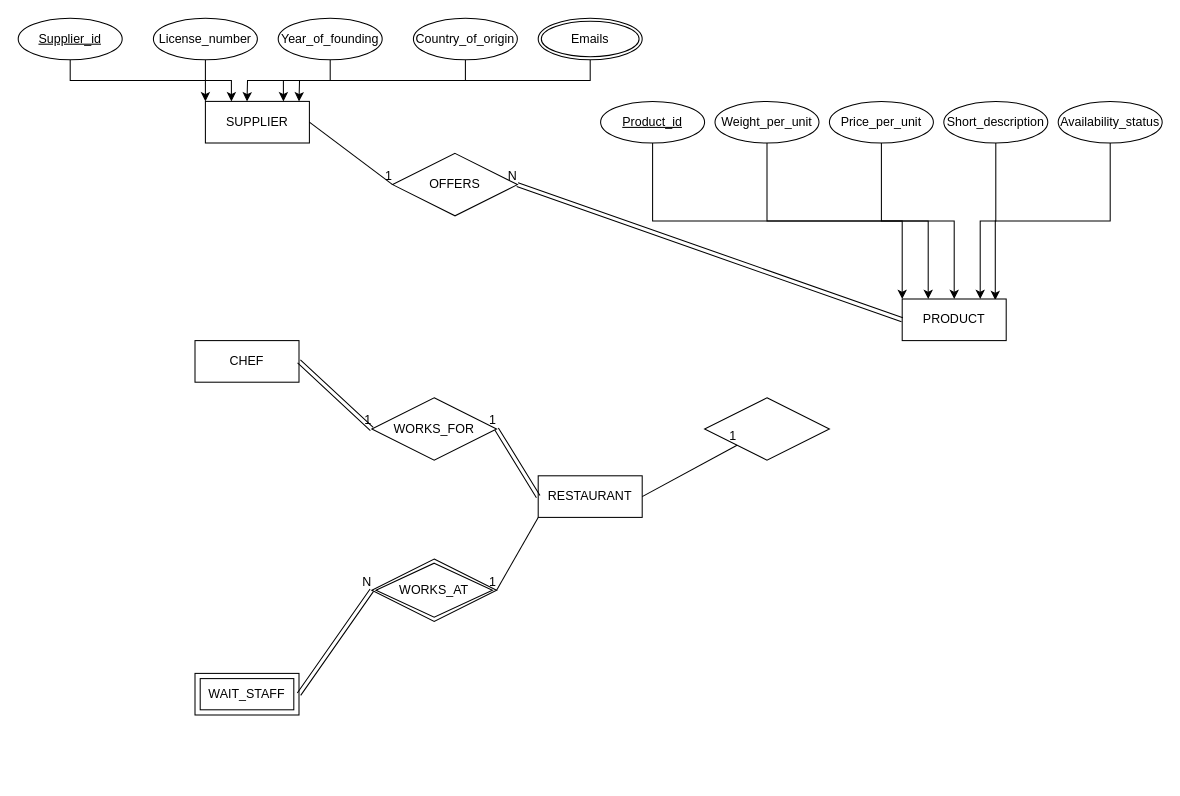
Above: Untitled Diagram.drawio in Jack-UNSW/ohmyzsh (draw.io), before the change. Source tidied: cells renumbered, new cells numbered last; positions are measured from the earlier drawing's top-left corner, leaving out a move shared by most shapes. Both pictures are drawn from the tidied source at 104%, with x=0, y=0 at pixel (18, 18).
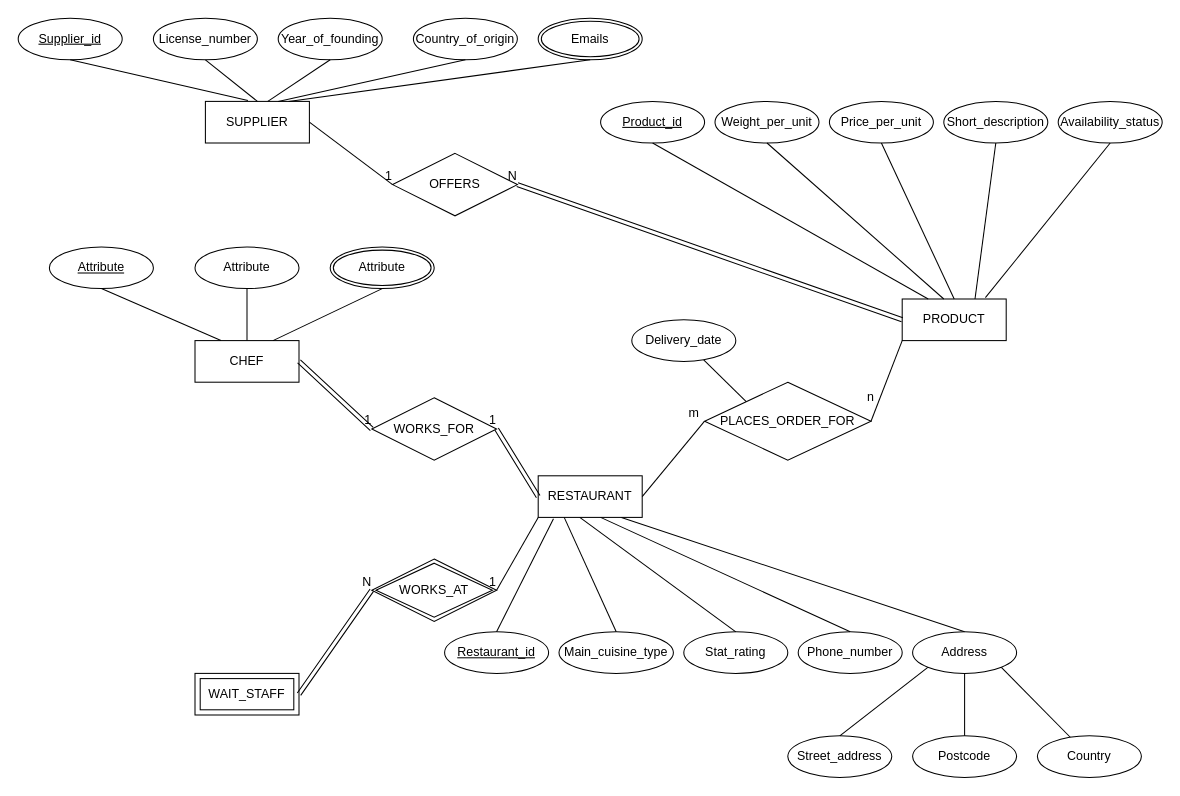
Above is the later version.

Unchanged cells that the change refers to:
```xml
<mxCell id="2" value="SUPPLIER" style="whiteSpace=wrap;html=1;align=center;" parent="1" vertex="1">
  <mxGeometry x="180" y="80" width="100" height="40" as="geometry" />
</mxCell>
<mxCell id="3" value="CHEF" style="whiteSpace=wrap;html=1;align=center;" parent="1" vertex="1">
  <mxGeometry x="170" y="310" width="100" height="40" as="geometry" />
</mxCell>
<mxCell id="7" value="Supplier_id" style="ellipse;whiteSpace=wrap;html=1;align=center;fontStyle=4;" parent="1" vertex="1">
  <mxGeometry width="100" height="40" as="geometry" />
</mxCell>
<mxCell id="9" value="License_number" style="ellipse;whiteSpace=wrap;html=1;align=center;" parent="1" vertex="1">
  <mxGeometry x="130" width="100" height="40" as="geometry" />
</mxCell>
<mxCell id="11" value="Year_of_founding" style="ellipse;whiteSpace=wrap;html=1;align=center;" parent="1" vertex="1">
  <mxGeometry x="250" width="100" height="40" as="geometry" />
</mxCell>
<mxCell id="13" value="Country_of_origin" style="ellipse;whiteSpace=wrap;html=1;align=center;" parent="1" vertex="1">
  <mxGeometry x="380" width="100" height="40" as="geometry" />
</mxCell>
<mxCell id="15" value="Emails" style="ellipse;shape=doubleEllipse;margin=3;whiteSpace=wrap;html=1;align=center;" parent="1" vertex="1">
  <mxGeometry x="500" width="100" height="40" as="geometry" />
</mxCell>
<mxCell id="17" value="Product_id" style="ellipse;whiteSpace=wrap;html=1;align=center;fontStyle=4;" parent="1" vertex="1">
  <mxGeometry x="560" y="80" width="100" height="40" as="geometry" />
</mxCell>
<mxCell id="19" value="Weight_per_unit" style="ellipse;whiteSpace=wrap;html=1;align=center;" parent="1" vertex="1">
  <mxGeometry x="670" y="80" width="100" height="40" as="geometry" />
</mxCell>
<mxCell id="21" value="Price_per_unit" style="ellipse;whiteSpace=wrap;html=1;align=center;" parent="1" vertex="1">
  <mxGeometry x="780" y="80" width="100" height="40" as="geometry" />
</mxCell>
<mxCell id="23" value="Short_description" style="ellipse;whiteSpace=wrap;html=1;align=center;" parent="1" vertex="1">
  <mxGeometry x="890" y="80" width="100" height="40" as="geometry" />
</mxCell>
<mxCell id="25" value="Availability_status" style="ellipse;whiteSpace=wrap;html=1;align=center;" parent="1" vertex="1">
  <mxGeometry x="1000" y="80" width="100" height="40" as="geometry" />
</mxCell>
<mxCell id="26" value="PRODUCT" style="whiteSpace=wrap;html=1;align=center;" parent="1" vertex="1">
  <mxGeometry x="850" y="270" width="100" height="40" as="geometry" />
</mxCell>
<mxCell id="27" value="RESTAURANT" style="whiteSpace=wrap;html=1;align=center;" parent="1" vertex="1">
  <mxGeometry x="500" y="440" width="100" height="40" as="geometry" />
</mxCell>
```

Diff of the diagram source:
```diff
@@
-    <mxCell id="6" style="edgeStyle=orthogonalEdgeStyle;rounded=0;jettySize=auto;html=1;exitX=0.5;exitY=1;exitDx=0;exitDy=0;entryX=0;entryY=0;entryDx=0;entryDy=0;" parent="1" edge="1" source="7" target="2">
-      <mxGeometry relative="1" as="geometry" />
-    </mxCell>
@@
-    <mxCell id="8" style="edgeStyle=orthogonalEdgeStyle;rounded=0;jettySize=auto;html=1;exitX=0.5;exitY=1;exitDx=0;exitDy=0;entryX=0.25;entryY=0;entryDx=0;entryDy=0;" parent="1" edge="1" source="9" target="2">
-      <mxGeometry relative="1" as="geometry" />
-    </mxCell>
@@
-    <mxCell id="10" style="edgeStyle=orthogonalEdgeStyle;rounded=0;jettySize=auto;html=1;exitX=0.5;exitY=1;exitDx=0;exitDy=0;" parent="1" edge="1" source="11">
-      <mxGeometry relative="1" as="geometry">
-        <mxPoint x="220" y="80" as="targetPoint" />
-      </mxGeometry>
-    </mxCell>
@@
-    <mxCell id="12" style="edgeStyle=orthogonalEdgeStyle;rounded=0;jettySize=auto;html=1;exitX=0.5;exitY=1;exitDx=0;exitDy=0;entryX=0.75;entryY=0;entryDx=0;entryDy=0;" parent="1" edge="1" source="13" target="2">
-      <mxGeometry relative="1" as="geometry" />
-    </mxCell>
@@
-    <mxCell id="14" style="edgeStyle=orthogonalEdgeStyle;rounded=0;jettySize=auto;html=1;exitX=0.5;exitY=1;exitDx=0;exitDy=0;" parent="1" edge="1" source="15">
-      <mxGeometry relative="1" as="geometry">
-        <mxPoint x="270" y="80" as="targetPoint" />
-      </mxGeometry>
-    </mxCell>
@@
-    <mxCell id="16" style="edgeStyle=orthogonalEdgeStyle;rounded=0;jettySize=auto;html=1;exitX=0.5;exitY=1;exitDx=0;exitDy=0;entryX=0;entryY=0;entryDx=0;entryDy=0;" parent="1" edge="1" source="17" target="26">
-      <mxGeometry relative="1" as="geometry" />
-    </mxCell>
@@
-    <mxCell id="18" style="edgeStyle=orthogonalEdgeStyle;rounded=0;jettySize=auto;html=1;exitX=0.5;exitY=1;exitDx=0;exitDy=0;entryX=0.25;entryY=0;entryDx=0;entryDy=0;" parent="1" edge="1" source="19" target="26">
-      <mxGeometry relative="1" as="geometry" />
-    </mxCell>
@@
-    <mxCell id="20" style="edgeStyle=orthogonalEdgeStyle;rounded=0;jettySize=auto;html=1;exitX=0.5;exitY=1;exitDx=0;exitDy=0;entryX=0.5;entryY=0;entryDx=0;entryDy=0;" parent="1" edge="1" source="21" target="26">
-      <mxGeometry relative="1" as="geometry" />
-    </mxCell>
@@
-    <mxCell id="22" style="edgeStyle=orthogonalEdgeStyle;rounded=0;jettySize=auto;html=1;exitX=0.5;exitY=1;exitDx=0;exitDy=0;entryX=0.75;entryY=0;entryDx=0;entryDy=0;" parent="1" edge="1" source="23" target="26">
-      <mxGeometry relative="1" as="geometry" />
-    </mxCell>
@@
-    <mxCell id="24" style="edgeStyle=orthogonalEdgeStyle;rounded=0;jettySize=auto;html=1;exitX=0.5;exitY=1;exitDx=0;exitDy=0;entryX=0.895;entryY=0.027;entryDx=0;entryDy=0;entryPerimeter=0;" parent="1" edge="1" source="25" target="26">
-      <mxGeometry relative="1" as="geometry" />
-    </mxCell>
@@
-    <mxCell id="42" style="shape=rhombus;perimeter=rhombusPerimeter;whiteSpace=wrap;html=1;align=center;" parent="1" vertex="1">
-      <mxGeometry x="660" y="365" width="120" height="60" as="geometry" />
+    <mxCell id="42" value="PLACES_ORDER_FOR&lt;br&gt;" style="shape=rhombus;perimeter=rhombusPerimeter;whiteSpace=wrap;html=1;align=center;" parent="1" vertex="1">
+      <mxGeometry x="660" y="350" width="160" height="75" as="geometry" />
     </mxCell>
-    <mxCell id="43" style="endArrow=none;html=1;rounded=0;" parent="1" edge="1" target="42">
-      <mxGeometry relative="1" as="geometry">
-        <mxPoint x="600" y="460" as="sourcePoint" />
-      </mxGeometry>
-    </mxCell>
-    <mxCell id="44" value="1" style="html=1;align=right;verticalAlign=bottom;" parent="43" vertex="1">
-      <mxGeometry x="1" relative="1" as="geometry" />
-    </mxCell>
+    <mxCell id="45" value="Delivery_date" style="ellipse;whiteSpace=wrap;html=1;align=center;" parent="1" vertex="1">
+      <mxGeometry x="590" y="290" width="100" height="40" as="geometry" />
+    </mxCell>
+    <mxCell id="46" style="endArrow=none;html=1;rounded=0;entryX=0;entryY=0;entryDx=0;entryDy=0;" parent="1" edge="1" source="45" target="42">
+      <mxGeometry relative="1" as="geometry" />
+    </mxCell>
+    <mxCell id="47" value="Restaurant_id" style="ellipse;whiteSpace=wrap;html=1;align=center;fontStyle=4;" parent="1" vertex="1">
+      <mxGeometry x="410" y="590" width="100" height="40" as="geometry" />
+    </mxCell>
+    <mxCell id="48" value="Main_cuisine_type" style="ellipse;whiteSpace=wrap;html=1;align=center;" parent="1" vertex="1">
+      <mxGeometry x="520" y="590" width="110" height="40" as="geometry" />
+    </mxCell>
+    <mxCell id="49" value="Stat_rating" style="ellipse;whiteSpace=wrap;html=1;align=center;" parent="1" vertex="1">
+      <mxGeometry x="640" y="590" width="100" height="40" as="geometry" />
+    </mxCell>
+    <mxCell id="50" value="Phone_number" style="ellipse;whiteSpace=wrap;html=1;align=center;" parent="1" vertex="1">
+      <mxGeometry x="750" y="590" width="100" height="40" as="geometry" />
+    </mxCell>
+    <mxCell id="51" value="Address" style="ellipse;whiteSpace=wrap;html=1;align=center;" parent="1" vertex="1">
+      <mxGeometry x="860" y="590" width="100" height="40" as="geometry" />
+    </mxCell>
+    <mxCell id="52" style="endArrow=none;html=1;rounded=0;entryX=0.409;entryY=-0.022;entryDx=0;entryDy=0;entryPerimeter=0;" parent="1" edge="1" target="2">
+      <mxGeometry relative="1" as="geometry">
+        <mxPoint x="50" y="40" as="sourcePoint" />
+      </mxGeometry>
+    </mxCell>
+    <mxCell id="53" style="endArrow=none;html=1;rounded=0;entryX=0.5;entryY=0;entryDx=0;entryDy=0;" parent="1" edge="1" target="2">
+      <mxGeometry relative="1" as="geometry">
+        <mxPoint x="180" y="40" as="sourcePoint" />
+      </mxGeometry>
+    </mxCell>
+    <mxCell id="54" style="endArrow=none;html=1;rounded=0;entryX=0.5;entryY=1;entryDx=0;entryDy=0;" parent="1" edge="1" target="11">
+      <mxGeometry relative="1" as="geometry">
+        <mxPoint x="240" y="80" as="sourcePoint" />
+      </mxGeometry>
+    </mxCell>
+    <mxCell id="55" style="endArrow=none;html=1;rounded=0;entryX=0.5;entryY=1;entryDx=0;entryDy=0;" parent="1" edge="1" target="13">
+      <mxGeometry relative="1" as="geometry">
+        <mxPoint x="250" y="80" as="sourcePoint" />
+      </mxGeometry>
+    </mxCell>
+    <mxCell id="56" style="endArrow=none;html=1;rounded=0;entryX=0.5;entryY=1;entryDx=0;entryDy=0;" parent="1" edge="1" target="15">
+      <mxGeometry relative="1" as="geometry">
+        <mxPoint x="260" y="80" as="sourcePoint" />
+      </mxGeometry>
+    </mxCell>
+    <mxCell id="57" style="endArrow=none;html=1;rounded=0;entryX=0.25;entryY=0;entryDx=0;entryDy=0;" parent="1" edge="1" target="26">
+      <mxGeometry relative="1" as="geometry">
+        <mxPoint x="610" y="120" as="sourcePoint" />
+      </mxGeometry>
+    </mxCell>
+    <mxCell id="58" style="endArrow=none;html=1;rounded=0;entryX=0.5;entryY=1;entryDx=0;entryDy=0;" parent="1" edge="1" target="19">
+      <mxGeometry relative="1" as="geometry">
+        <mxPoint x="890" y="270" as="sourcePoint" />
+      </mxGeometry>
+    </mxCell>
+    <mxCell id="59" style="endArrow=none;html=1;rounded=0;entryX=0.5;entryY=1;entryDx=0;entryDy=0;" parent="1" edge="1" target="21">
+      <mxGeometry relative="1" as="geometry">
+        <mxPoint x="900" y="270" as="sourcePoint" />
+      </mxGeometry>
+    </mxCell>
+    <mxCell id="60" style="endArrow=none;html=1;rounded=0;entryX=0.5;entryY=1;entryDx=0;entryDy=0;" parent="1" edge="1" target="23">
+      <mxGeometry relative="1" as="geometry">
+        <mxPoint x="920" y="270" as="sourcePoint" />
+      </mxGeometry>
+    </mxCell>
+    <mxCell id="61" style="endArrow=none;html=1;rounded=0;entryX=0.5;entryY=1;entryDx=0;entryDy=0;" parent="1" edge="1" target="25">
+      <mxGeometry relative="1" as="geometry">
+        <mxPoint x="930" y="268.7" as="sourcePoint" />
+      </mxGeometry>
+    </mxCell>
+    <mxCell id="62" style="endArrow=none;html=1;rounded=0;entryX=0.147;entryY=1.033;entryDx=0;entryDy=0;entryPerimeter=0;exitX=0.5;exitY=0;exitDx=0;exitDy=0;" parent="1" edge="1" source="47" target="27">
+      <mxGeometry relative="1" as="geometry" />
+    </mxCell>
+    <mxCell id="63" style="endArrow=none;html=1;rounded=0;entryX=0.25;entryY=1;entryDx=0;entryDy=0;exitX=0.5;exitY=0;exitDx=0;exitDy=0;" parent="1" edge="1" source="48" target="27">
+      <mxGeometry relative="1" as="geometry" />
+    </mxCell>
+    <mxCell id="64" style="endArrow=none;html=1;rounded=0;entryX=0.5;entryY=0;entryDx=0;entryDy=0;" parent="1" edge="1" target="49">
+      <mxGeometry relative="1" as="geometry">
+        <mxPoint x="540" y="480" as="sourcePoint" />
+      </mxGeometry>
+    </mxCell>
+    <mxCell id="65" style="endArrow=none;html=1;rounded=0;entryX=0.5;entryY=0;entryDx=0;entryDy=0;" parent="1" edge="1" target="50">
+      <mxGeometry relative="1" as="geometry">
+        <mxPoint x="560" y="480" as="sourcePoint" />
+      </mxGeometry>
+    </mxCell>
+    <mxCell id="66" style="endArrow=none;html=1;rounded=0;entryX=0.5;entryY=0;entryDx=0;entryDy=0;" parent="1" edge="1" target="51">
+      <mxGeometry relative="1" as="geometry">
+        <mxPoint x="580" y="480" as="sourcePoint" />
+      </mxGeometry>
+    </mxCell>
+    <mxCell id="67" value="Street_address" style="ellipse;whiteSpace=wrap;html=1;align=center;" parent="1" vertex="1">
+      <mxGeometry x="740" y="690" width="100" height="40" as="geometry" />
+    </mxCell>
+    <mxCell id="68" value="Postcode" style="ellipse;whiteSpace=wrap;html=1;align=center;" parent="1" vertex="1">
+      <mxGeometry x="860" y="690" width="100" height="40" as="geometry" />
+    </mxCell>
+    <mxCell id="69" value="Country" style="ellipse;whiteSpace=wrap;html=1;align=center;" parent="1" vertex="1">
+      <mxGeometry x="980" y="690" width="100" height="40" as="geometry" />
+    </mxCell>
+    <mxCell id="70" style="endArrow=none;html=1;rounded=0;entryX=0;entryY=1;entryDx=0;entryDy=0;" parent="1" edge="1" target="51">
+      <mxGeometry relative="1" as="geometry">
+        <mxPoint x="790" y="690" as="sourcePoint" />
+      </mxGeometry>
+    </mxCell>
+    <mxCell id="71" style="endArrow=none;html=1;rounded=0;entryX=0.5;entryY=1;entryDx=0;entryDy=0;" parent="1" edge="1" target="51">
+      <mxGeometry relative="1" as="geometry">
+        <mxPoint x="910" y="690" as="sourcePoint" />
+      </mxGeometry>
+    </mxCell>
+    <mxCell id="72" style="endArrow=none;html=1;rounded=0;entryX=1;entryY=1;entryDx=0;entryDy=0;" parent="1" edge="1" source="69" target="51">
+      <mxGeometry relative="1" as="geometry" />
+    </mxCell>
+    <mxCell id="73" style="endArrow=none;html=1;rounded=0;entryX=0;entryY=0.5;entryDx=0;entryDy=0;" parent="1" edge="1" target="42">
+      <mxGeometry relative="1" as="geometry">
+        <mxPoint x="600" y="460" as="sourcePoint" />
+      </mxGeometry>
+    </mxCell>
+    <mxCell id="74" style="endArrow=none;html=1;rounded=0;entryX=0;entryY=1;entryDx=0;entryDy=0;exitX=1;exitY=0.5;exitDx=0;exitDy=0;" parent="1" edge="1" source="42" target="26">
+      <mxGeometry relative="1" as="geometry" />
+    </mxCell>
+    <mxCell id="75" value="m" style="text;html=1;strokeColor=none;fillColor=none;align=center;verticalAlign=middle;whiteSpace=wrap;rounded=0;" parent="1" vertex="1">
+      <mxGeometry x="620" y="365" width="60" height="30" as="geometry" />
+    </mxCell>
+    <mxCell id="76" value="n" style="text;html=1;strokeColor=none;fillColor=none;align=center;verticalAlign=middle;whiteSpace=wrap;rounded=0;" parent="1" vertex="1">
+      <mxGeometry x="790" y="350" width="60" height="30" as="geometry" />
+    </mxCell>
+    <mxCell id="77" value="Attribute" style="ellipse;whiteSpace=wrap;html=1;align=center;fontStyle=4;" parent="1" vertex="1">
+      <mxGeometry x="30" y="220" width="100" height="40" as="geometry" />
+    </mxCell>
+    <mxCell id="78" value="Attribute" style="ellipse;whiteSpace=wrap;html=1;align=center;" parent="1" vertex="1">
+      <mxGeometry x="170" y="220" width="100" height="40" as="geometry" />
+    </mxCell>
+    <mxCell id="79" style="endArrow=none;html=1;rounded=0;entryX=0.25;entryY=0;entryDx=0;entryDy=0;" parent="1" edge="1" target="3">
+      <mxGeometry relative="1" as="geometry">
+        <mxPoint x="80" y="260" as="sourcePoint" />
+      </mxGeometry>
+    </mxCell>
+    <mxCell id="80" value="Attribute" style="ellipse;shape=doubleEllipse;margin=3;whiteSpace=wrap;html=1;align=center;" parent="1" vertex="1">
+      <mxGeometry x="300" y="220" width="100" height="40" as="geometry" />
+    </mxCell>
+    <mxCell id="81" style="endArrow=none;html=1;rounded=0;entryX=0.5;entryY=0;entryDx=0;entryDy=0;" parent="1" edge="1" target="3">
+      <mxGeometry relative="1" as="geometry">
+        <mxPoint x="220" y="260" as="sourcePoint" />
+      </mxGeometry>
+    </mxCell>
+    <mxCell id="82" style="endArrow=none;html=1;rounded=0;entryX=0.75;entryY=0;entryDx=0;entryDy=0;" parent="1" edge="1" target="3">
+      <mxGeometry relative="1" as="geometry">
+        <mxPoint x="350" y="260" as="sourcePoint" />
+      </mxGeometry>
+    </mxCell>
```
